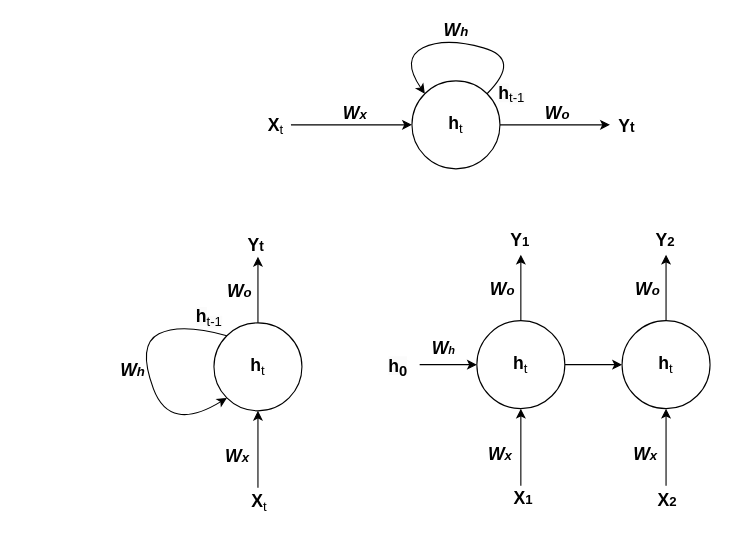
Earlier version of the draw.io diagram Untitled Diagram.drawio (morningkyle/githubfiles). Source tidied: cells renumbered, new cells numbered last; positions are measured from the earlier drawing's top-left corner, leaving out a move shared by most shapes. Both pictures are drawn from the tidied source at 110%, with x=0, y=0 at pixel (19, 36).
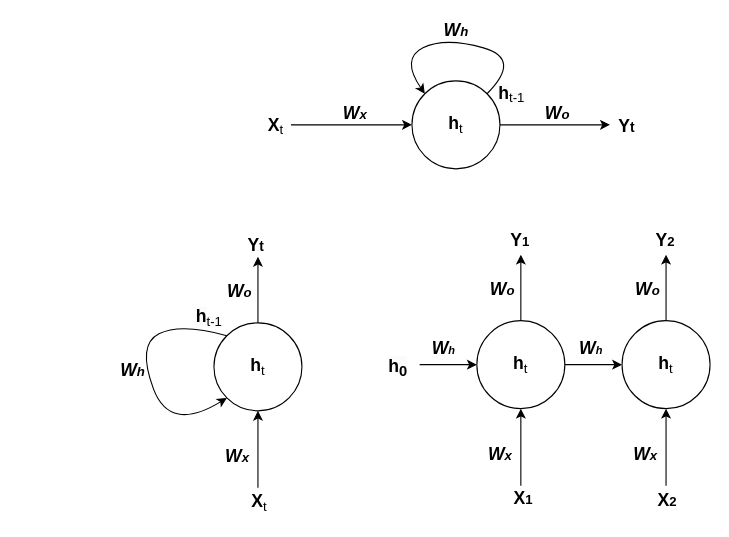
The same page after the edit.

What changed in the source:
```diff
@@
+    <mxCell id="40" value="&lt;font style=&quot;&quot;&gt;&lt;b style=&quot;&quot;&gt;&lt;i style=&quot;&quot;&gt;&lt;span style=&quot;font-size: 16px;&quot;&gt;W&lt;/span&gt;&lt;span style=&quot;font-size: 10px;&quot;&gt;h&lt;/span&gt;&lt;/i&gt;&lt;/b&gt;&lt;/font&gt;" style="text;strokeColor=none;align=center;fillColor=none;html=1;verticalAlign=middle;whiteSpace=wrap;rounded=0;" parent="1" vertex="1">
+      <mxGeometry x="490" y="268" width="60" height="30" as="geometry" />
+    </mxCell>
```
